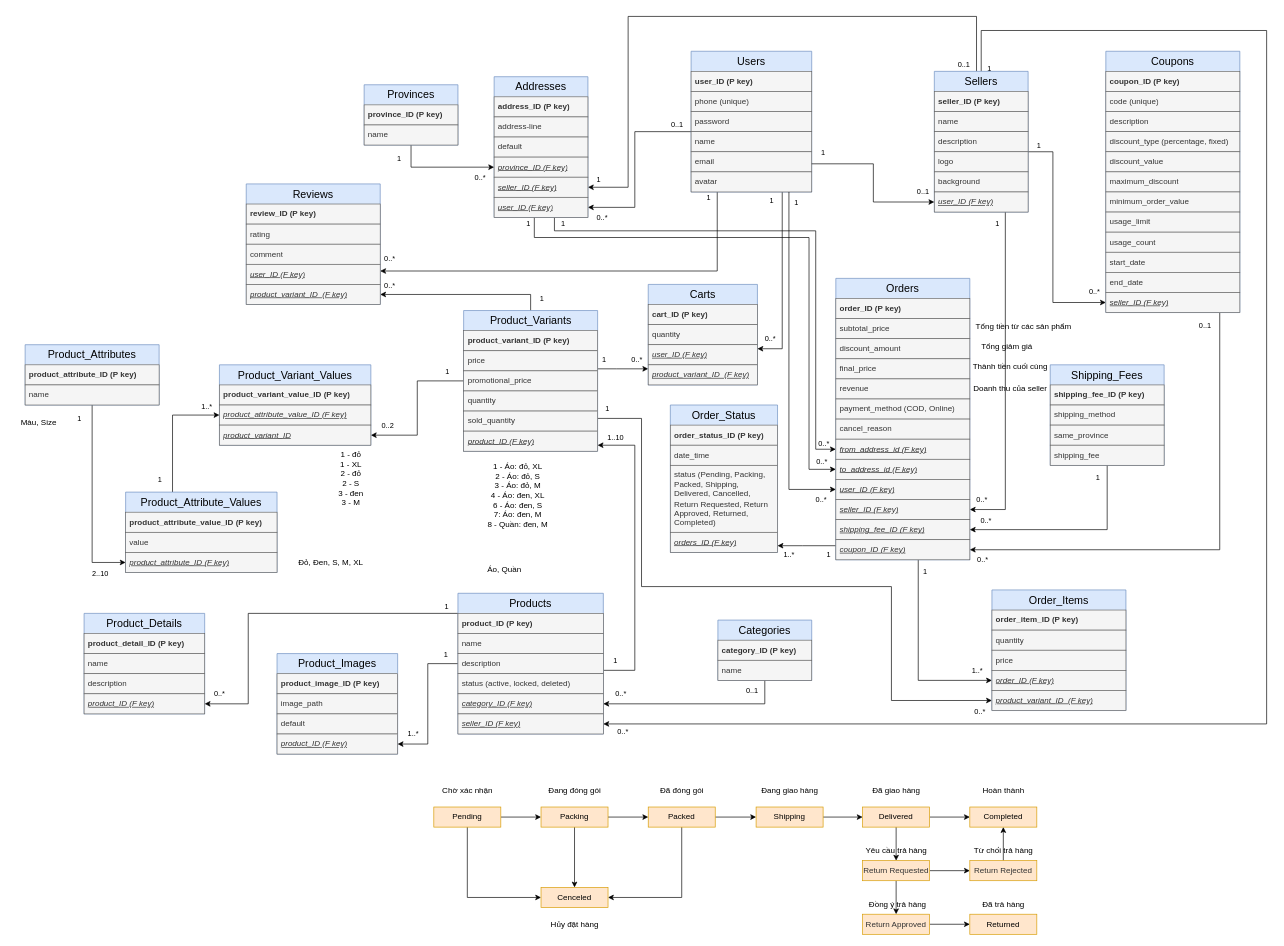
Above: document/database.drawio in thanhba0505/shoplands (draw.io), before the change. Source tidied: cells renumbered, new cells numbered last; positions are measured from the earlier drawing's top-left corner, leaving out a move shared by most shapes. Both pictures are drawn from the tidied source at 67%, with x=0, y=0 at pixel (11, 16).
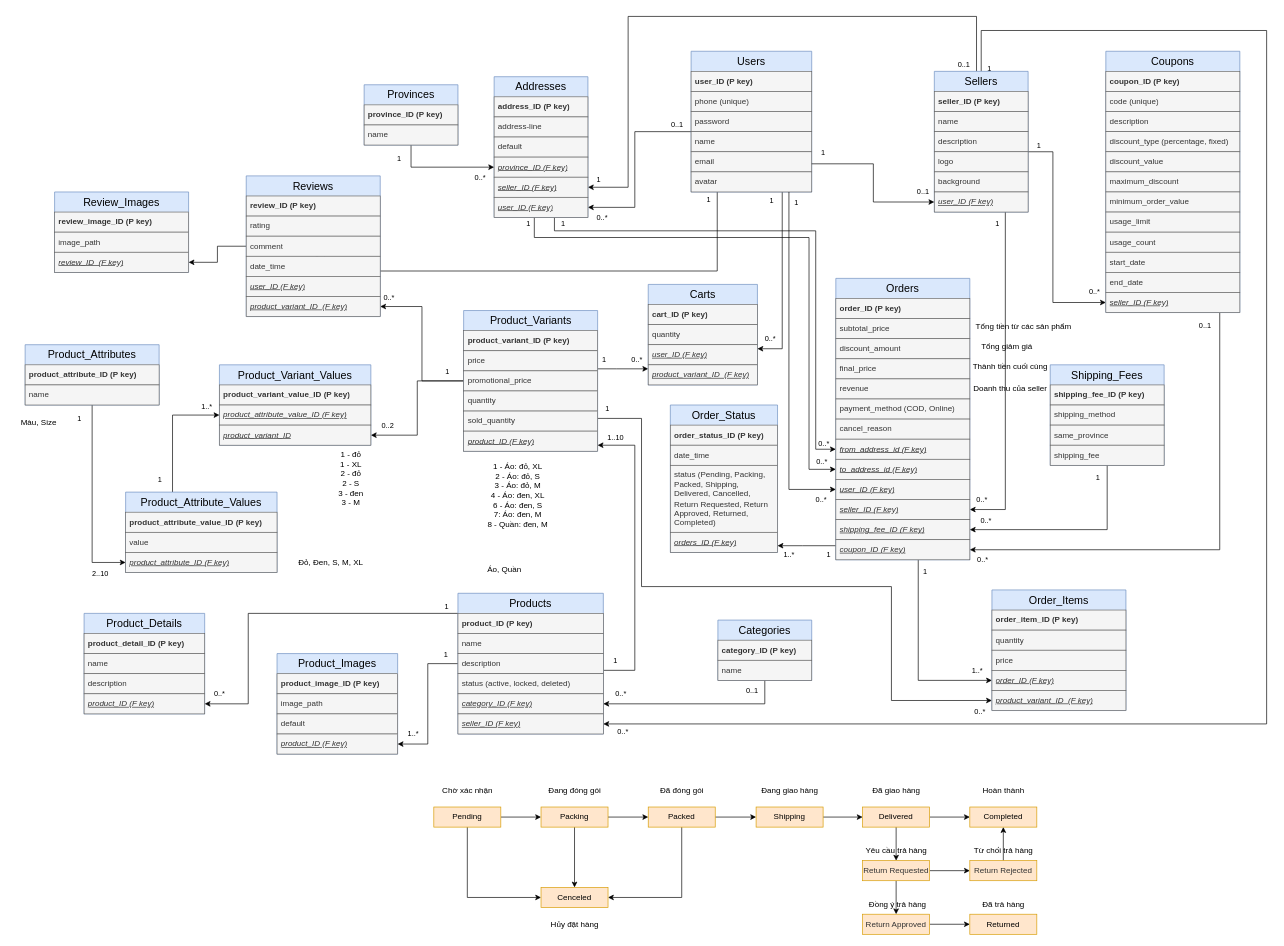
The same diagram, later.

Diff of the diagram source:
```diff
@@
+    <mxCell id="240" style="edgeStyle=orthogonalEdgeStyle;rounded=0;jettySize=auto;html=1;" parent="1" edge="1" source="120" target="245">
+      <mxGeometry relative="1" as="geometry" />
+    </mxCell>
     <mxCell id="120" value="Reviews" style="swimlane;fontStyle=0;horizontal=1;startSize=30;whiteSpace=wrap;html=1;fillColor=#dae8fc;strokeColor=#6c8ebf;fontSize=16;swimlaneLine=0;" parent="1" vertex="1">
-      <mxGeometry x="350" y="250" width="200" height="180" as="geometry" />
+      <mxGeometry x="350" y="238" width="200" height="210" as="geometry" />
     </mxCell>
@@
+    <mxCell id="241" value="date_time" style="text;strokeColor=#666666;fillColor=#f5f5f5;align=left;verticalAlign=middle;spacingLeft=4;spacingRight=4;overflow=hidden;whiteSpace=wrap;html=1;fontColor=#333333;swimlaneLine=0;" parent="120" vertex="1">
+      <mxGeometry y="120" width="200" height="30" as="geometry" />
+    </mxCell>
     <mxCell id="124" value="user_ID (F key)" style="text;strokeColor=#666666;fillColor=#f5f5f5;align=left;verticalAlign=middle;spacingLeft=4;spacingRight=4;overflow=hidden;points=[[0,0.5],[1,0.5]];portConstraint=eastwest;whiteSpace=wrap;html=1;fontColor=#333333;fontStyle=6;swimlaneLine=0;" parent="120" vertex="1">
-      <mxGeometry y="120" width="200" height="30" as="geometry" />
+      <mxGeometry y="150" width="200" height="30" as="geometry" />
     </mxCell>
     <mxCell id="125" value="product_variant_ID&amp;nbsp;&amp;nbsp;(F key)" style="text;strokeColor=#666666;fillColor=#f5f5f5;align=left;verticalAlign=middle;spacingLeft=4;spacingRight=4;overflow=hidden;points=[[0,0.5],[1,0.5]];portConstraint=eastwest;whiteSpace=wrap;html=1;fontColor=#333333;fontStyle=6;swimlaneLine=0;" parent="120" vertex="1">
-      <mxGeometry y="150" width="200" height="30" as="geometry" />
+      <mxGeometry y="180" width="200" height="30" as="geometry" />
     </mxCell>
@@
+    <mxCell id="242" value="Review_Images" style="swimlane;fontStyle=0;horizontal=1;startSize=30;whiteSpace=wrap;html=1;fillColor=#dae8fc;strokeColor=#6c8ebf;fontSize=16;swimlaneLine=0;" parent="1" vertex="1">
+      <mxGeometry x="64" y="262" width="200" height="120" as="geometry" />
+    </mxCell>
+    <mxCell id="243" value="review_image_ID (P key)" style="text;strokeColor=#666666;fillColor=#f5f5f5;align=left;verticalAlign=middle;spacingLeft=4;spacingRight=4;overflow=hidden;whiteSpace=wrap;html=1;fontStyle=1;horizontal=1;fontColor=#333333;swimlaneLine=0;" parent="242" vertex="1">
+      <mxGeometry y="30" width="200" height="30" as="geometry" />
+    </mxCell>
+    <mxCell id="244" value="image_path" style="text;strokeColor=#666666;fillColor=#f5f5f5;align=left;verticalAlign=middle;spacingLeft=4;spacingRight=4;overflow=hidden;whiteSpace=wrap;html=1;fontColor=#333333;swimlaneLine=0;" parent="242" vertex="1">
+      <mxGeometry y="60" width="200" height="30" as="geometry" />
+    </mxCell>
+    <mxCell id="245" value="review_ID&amp;nbsp;&amp;nbsp;(F key)" style="text;strokeColor=#666666;fillColor=#f5f5f5;align=left;verticalAlign=middle;spacingLeft=4;spacingRight=4;overflow=hidden;points=[[0,0.5],[1,0.5]];portConstraint=eastwest;whiteSpace=wrap;html=1;fontColor=#333333;fontStyle=6;swimlaneLine=0;" parent="242" vertex="1">
+      <mxGeometry y="90" width="200" height="30" as="geometry" />
+    </mxCell>
```
